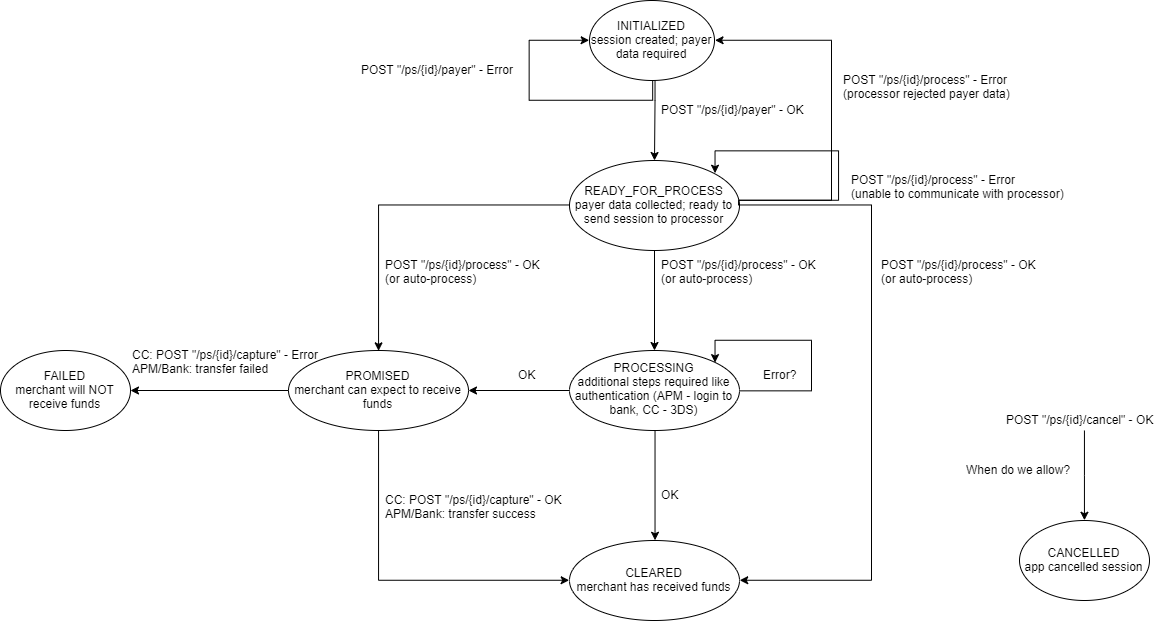
touchnetglobalpayments/broker-web-sdk keeps this draw.io diagram as docs/PaymentSession-StatusFlow.png. Above is the earlier version. Source tidied: cells renumbered, new cells last; positions are measured from the earlier drawing's top-left corner, leaving out a move shared by most shapes.
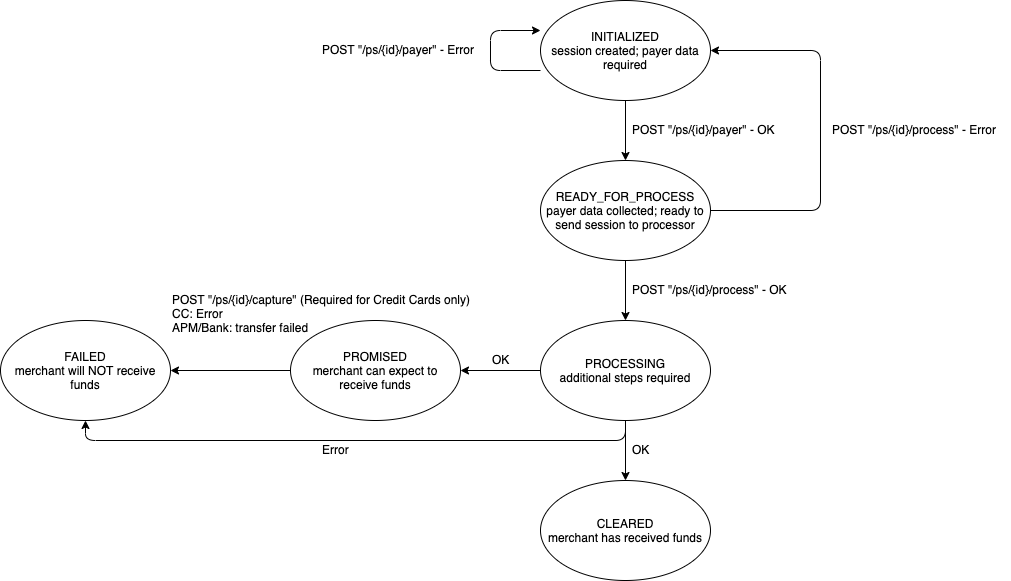
Above is the later version.

Commit message:
Regenerate payment session status flow from scratch for corrections

Diff of the diagram source:
```diff
@@ -2,149 +2,83 @@
   <root>
     <mxCell id="0" />
     <mxCell id="1" parent="0" />
-    <mxCell id="2" style="edgeStyle=orthogonalEdgeStyle;rounded=0;jettySize=auto;html=1;" parent="1" edge="1" source="4" target="9">
-      <mxGeometry relative="1" as="geometry">
-        <Array as="points">
-          <mxPoint x="654" y="100" />
-          <mxPoint x="654" y="100" />
-        </Array>
-      </mxGeometry>
+    <mxCell id="2" style="edgeStyle=orthogonalEdgeStyle;rounded=0;jettySize=auto;html=1;exitX=0.5;exitY=1;exitDx=0;exitDy=0;entryX=0.5;entryY=0;entryDx=0;entryDy=0;" parent="1" edge="1" source="4" target="9">
+      <mxGeometry relative="1" as="geometry" />
     </mxCell>
-    <mxCell id="3" style="edgeStyle=orthogonalEdgeStyle;rounded=0;orthogonalLoop=1;jettySize=auto;html=1;exitX=0.5;exitY=1;exitDx=0;exitDy=0;entryX=0;entryY=0.5;entryDx=0;entryDy=0;" parent="1" edge="1" source="4" target="4">
-      <mxGeometry relative="1" as="geometry">
-        <Array as="points">
-          <mxPoint x="652" y="100" />
-          <mxPoint x="529" y="100" />
-          <mxPoint x="529" y="40" />
-        </Array>
-      </mxGeometry>
-    </mxCell>
     <mxCell id="4" value="INITIALIZED&lt;br&gt;session created; payer data required" style="ellipse;whiteSpace=wrap;html=1;" parent="1" vertex="1">
-      <mxGeometry x="589" width="125" height="80" as="geometry" />
+      <mxGeometry x="520" y="-200" width="170" height="100" as="geometry" />
     </mxCell>
-    <mxCell id="5" style="edgeStyle=orthogonalEdgeStyle;rounded=0;jettySize=auto;html=1;" parent="1" edge="1" source="9" target="13">
-      <mxGeometry relative="1" as="geometry" />
-    </mxCell>
+    <mxCell id="37" style="edgeStyle=orthogonalEdgeStyle;rounded=0;jettySize=auto;html=1;exitX=0.5;exitY=1;exitDx=0;exitDy=0;entryX=0.5;entryY=0;entryDx=0;entryDy=0;" parent="1" edge="1" source="9" target="41">
+      <mxGeometry relative="1" as="geometry" />
+    </mxCell>
-    <mxCell id="6" style="edgeStyle=orthogonalEdgeStyle;rounded=0;jettySize=auto;html=1;exitX=1;exitY=0.5;exitDx=0;exitDy=0;entryX=1;entryY=0.5;entryDx=0;entryDy=0;" parent="1" edge="1" source="9" target="4">
+    <mxCell id="6" style="edgeStyle=orthogonalEdgeStyle;rounded=1;jettySize=auto;html=1;exitX=1;exitY=0.5;exitDx=0;exitDy=0;entryX=1;entryY=0.5;entryDx=0;entryDy=0;" parent="1" edge="1" source="9" target="4">
       <mxGeometry relative="1" as="geometry">
         <Array as="points">
-          <mxPoint x="738" y="200" />
-          <mxPoint x="831" y="200" />
-          <mxPoint x="831" y="40" />
+          <mxPoint x="800" y="10" />
+          <mxPoint x="800" y="-150" />
         </Array>
       </mxGeometry>
     </mxCell>
-    <mxCell id="7" style="edgeStyle=orthogonalEdgeStyle;rounded=0;jettySize=auto;html=1;exitX=0;exitY=0.5;exitDx=0;exitDy=0;entryX=0.5;entryY=0;entryDx=0;entryDy=0;" parent="1" edge="1" source="9" target="18">
-      <mxGeometry relative="1" as="geometry" />
-    </mxCell>
-    <mxCell id="8" style="edgeStyle=orthogonalEdgeStyle;rounded=0;jettySize=auto;html=1;entryX=1;entryY=0.5;entryDx=0;entryDy=0;" parent="1" edge="1" source="9" target="20">
-      <mxGeometry relative="1" as="geometry">
-        <Array as="points">
-          <mxPoint x="871" y="205" />
-          <mxPoint x="871" y="580" />
-        </Array>
-      </mxGeometry>
-    </mxCell>
     <mxCell id="9" value="READY_FOR_PROCESS&lt;br&gt;payer data collected; ready to send session to processor" style="ellipse;whiteSpace=wrap;html=1;" parent="1" vertex="1">
-      <mxGeometry x="569" y="160" width="170" height="90" as="geometry" />
+      <mxGeometry x="520" y="-40" width="170" height="100" as="geometry" />
     </mxCell>
-    <mxCell id="10" style="edgeStyle=orthogonalEdgeStyle;rounded=0;jettySize=auto;html=1;" parent="1" edge="1" source="13" target="18">
-      <mxGeometry relative="1" as="geometry" />
-    </mxCell>
-    <mxCell id="11" style="edgeStyle=orthogonalEdgeStyle;rounded=0;jettySize=auto;html=1;exitX=0.5;exitY=1;exitDx=0;exitDy=0;entryX=0.5;entryY=0;entryDx=0;entryDy=0;" parent="1" edge="1" source="13" target="20">
-      <mxGeometry relative="1" as="geometry" />
-    </mxCell>
-    <mxCell id="12" style="edgeStyle=orthogonalEdgeStyle;rounded=0;orthogonalLoop=1;jettySize=auto;html=1;entryX=1;entryY=0;entryDx=0;entryDy=0;exitX=1;exitY=0.5;exitDx=0;exitDy=0;" parent="1" edge="1" source="13" target="13">
-      <mxGeometry relative="1" as="geometry">
-        <Array as="points">
-          <mxPoint x="811" y="390" />
-          <mxPoint x="811" y="340" />
-          <mxPoint x="715" y="340" />
-        </Array>
-      </mxGeometry>
-    </mxCell>
-    <mxCell id="13" value="PROCESSING&lt;br&gt;additional steps required like authentication (APM - login to bank, CC - 3DS)" style="ellipse;whiteSpace=wrap;html=1;" parent="1" vertex="1">
-      <mxGeometry x="569" y="350" width="170" height="80" as="geometry" />
-    </mxCell>
-    <mxCell id="14" value="POST &quot;/ps/{id}/payer&quot; - OK" style="text;html=1;align=left;verticalAlign=top;spacingTop=-4;" parent="1" vertex="1">
-      <mxGeometry x="659" y="100" width="160" height="20" as="geometry" />
-    </mxCell>
-    <mxCell id="15" value="&lt;span style=&quot;font-family: &amp;#34;helvetica&amp;#34; , &amp;#34;arial&amp;#34; , sans-serif ; font-size: 0px&quot;&gt;%3CmxGraphModel%3E%3Croot%3E%3CmxCell%20id%3D%220%22%2F%3E%3CmxCell%20id%3D%221%22%20parent%3D%220%22%2F%3E%3CmxCell%20id%3D%222%22%20value%3D%22%26quot%3B%2Fprocess%26quot%3B%20called%22%20style%3D%22text%3Bhtml%3D1%3Bresizable%3D0%3Bpoints%3D%5B%5D%3Bautosize%3D1%3Balign%3Dleft%3BverticalAlign%3Dtop%3BspacingTop%3D-4%3B%22%20vertex%3D%221%22%20parent%3D%221%22%3E%3CmxGeometry%20x%3D%22145%22%20y%3D%22410%22%20width%3D%22100%22%20height%3D%2220%22%20as%3D%22geometry%22%2F%3E%3C%2FmxCell%3E%3C%2Froot%3E%3C%2FmxGraphModel%3E&lt;/span&gt;" style="text;html=1;align=left;verticalAlign=top;spacingTop=-4;" parent="1" vertex="1">
-      <mxGeometry x="659" y="260" width="20" height="20" as="geometry" />
-    </mxCell>
-    <mxCell id="16" style="edgeStyle=orthogonalEdgeStyle;rounded=0;jettySize=auto;html=1;entryX=0;entryY=0.5;entryDx=0;entryDy=0;exitX=0.5;exitY=1;exitDx=0;exitDy=0;" parent="1" edge="1" source="18" target="20">
-      <mxGeometry relative="1" as="geometry">
-        <Array as="points">
-          <mxPoint x="378" y="580" />
-        </Array>
-      </mxGeometry>
-    </mxCell>
+    <mxCell id="38" style="edgeStyle=orthogonalEdgeStyle;rounded=0;jettySize=auto;html=1;exitX=0;exitY=0.5;exitDx=0;exitDy=0;entryX=1;entryY=0.5;entryDx=0;entryDy=0;" parent="1" edge="1" source="41" target="18">
+      <mxGeometry relative="1" as="geometry" />
+    </mxCell>
+    <mxCell id="39" style="edgeStyle=orthogonalEdgeStyle;rounded=0;jettySize=auto;html=1;exitX=0.5;exitY=1;exitDx=0;exitDy=0;entryX=0.5;entryY=0;entryDx=0;entryDy=0;" parent="1" edge="1" source="41" target="20">
+      <mxGeometry relative="1" as="geometry" />
+    </mxCell>
+    <mxCell id="40" style="edgeStyle=orthogonalEdgeStyle;rounded=1;jettySize=auto;html=1;exitX=0.5;exitY=1;exitDx=0;exitDy=0;entryX=0.5;entryY=1;entryDx=0;entryDy=0;" parent="1" edge="1" source="41" target="19">
+      <mxGeometry relative="1" as="geometry" />
+    </mxCell>
+    <mxCell id="41" value="PROCESSING&lt;br&gt;additional steps required" style="ellipse;whiteSpace=wrap;html=1;" parent="1" vertex="1">
+      <mxGeometry x="520" y="120" width="170" height="100" as="geometry" />
+    </mxCell>
-    <mxCell id="17" style="edgeStyle=orthogonalEdgeStyle;rounded=0;jettySize=auto;html=1;" parent="1" edge="1" source="18" target="19">
+    <mxCell id="17" style="edgeStyle=orthogonalEdgeStyle;rounded=0;jettySize=auto;html=1;exitX=0;exitY=0.5;exitDx=0;exitDy=0;entryX=1;entryY=0.5;entryDx=0;entryDy=0;" parent="1" edge="1" source="18" target="19">
       <mxGeometry relative="1" as="geometry" />
     </mxCell>
     <mxCell id="18" value="PROMISED&lt;br&gt;merchant can expect to receive funds" style="ellipse;whiteSpace=wrap;html=1;" parent="1" vertex="1">
-      <mxGeometry x="288" y="350" width="180" height="80" as="geometry" />
+      <mxGeometry x="270" y="120" width="170" height="100" as="geometry" />
     </mxCell>
     <mxCell id="19" value="FAILED&lt;br&gt;merchant will NOT receive funds" style="ellipse;whiteSpace=wrap;html=1;" parent="1" vertex="1">
-      <mxGeometry y="350" width="130" height="80" as="geometry" />
+      <mxGeometry x="-20" y="120" width="170" height="100" as="geometry" />
     </mxCell>
     <mxCell id="20" value="CLEARED&lt;br&gt;merchant has received funds" style="ellipse;whiteSpace=wrap;html=1;" parent="1" vertex="1">
-      <mxGeometry x="569" y="540" width="170" height="80" as="geometry" />
+      <mxGeometry x="520" y="280" width="170" height="100" as="geometry" />
     </mxCell>
-    <mxCell id="21" value="POST &quot;/ps/{id}/process&quot; - OK&lt;br&gt;(or auto-process)" style="text;html=1;align=left;verticalAlign=top;spacingTop=-4;" parent="1" vertex="1">
-      <mxGeometry x="659" y="255" width="170" height="30" as="geometry" />
-    </mxCell>
-    <mxCell id="22" value="OK" style="text;html=1;align=left;verticalAlign=top;spacingTop=-4;" parent="1" vertex="1">
-      <mxGeometry x="516" y="365" width="30" height="20" as="geometry" />
-    </mxCell>
-    <mxCell id="23" value="OK" style="text;html=1;align=left;verticalAlign=top;spacingTop=-4;" parent="1" vertex="1">
-      <mxGeometry x="659" y="485" width="30" height="20" as="geometry" />
-    </mxCell>
-    <mxCell id="24" value="CC: POST &quot;/ps/{id}/capture&quot; - OK&lt;br&gt;APM/Bank: transfer success" style="text;html=1;align=left;verticalAlign=top;spacingTop=-4;" parent="1" vertex="1">
-      <mxGeometry x="383" y="490" width="190" height="30" as="geometry" />
-    </mxCell>
-    <mxCell id="25" value="CC: POST &quot;/ps/{id}/capture&quot; - Error&lt;br&gt;APM/Bank: transfer failed" style="text;html=1;align=left;verticalAlign=top;spacingTop=-4;" parent="1" vertex="1">
-      <mxGeometry x="130" y="345" width="200" height="30" as="geometry" />
-    </mxCell>
-    <mxCell id="26" value="POST &quot;/ps/{id}/process&quot; - Error&lt;br&gt;(processor rejected payer data)" style="text;html=1;align=left;verticalAlign=top;spacingTop=-4;" parent="1" vertex="1">
-      <mxGeometry x="841" y="70" width="180" height="30" as="geometry" />
-    </mxCell>
+    <mxCell id="42" value="OK" style="text;html=1;align=left;verticalAlign=top;spacingTop=-4;" parent="1" vertex="1">
+      <mxGeometry x="470" y="150" width="30" height="20" as="geometry" />
+    </mxCell>
+    <mxCell id="43" value="OK" style="text;html=1;align=left;verticalAlign=top;spacingTop=-4;" parent="1" vertex="1">
+      <mxGeometry x="610" y="240" width="30" height="20" as="geometry" />
+    </mxCell>
+    <mxCell id="14" value="POST &quot;/ps/{id}/payer&quot;&amp;nbsp;- OK" style="text;html=1;align=left;verticalAlign=top;spacingTop=-4;" parent="1" vertex="1">
+      <mxGeometry x="610" y="-80" width="160" height="20" as="geometry" />
+    </mxCell>
+    <mxCell id="44" value="POST &quot;/ps/{id}/process&quot; - OK" style="text;html=1;align=left;verticalAlign=top;spacingTop=-4;" parent="1" vertex="1">
+      <mxGeometry x="610" y="80" width="170" height="20" as="geometry" />
+    </mxCell>
+    <mxCell id="45" value="POST &quot;/ps/{id}/capture&quot; (Required for Credit Cards only)&lt;br&gt;CC: Error&lt;br&gt;APM/Bank: transfer failed" style="text;html=1;align=left;verticalAlign=top;spacingTop=-4;" parent="1" vertex="1">
+      <mxGeometry x="150" y="90" width="310" height="40" as="geometry" />
+    </mxCell>
-    <mxCell id="27" value="POST &quot;/ps/{id}/payer&quot; - Error" style="text;html=1;align=left;verticalAlign=top;spacingTop=-4;" parent="1" vertex="1">
-      <mxGeometry x="359" y="60" width="170" height="20" as="geometry" />
+    <mxCell id="27" value="POST &quot;/ps/{id}/payer&quot;&amp;nbsp;- Error" style="text;html=1;align=left;verticalAlign=top;spacingTop=-4;" parent="1" vertex="1">
+      <mxGeometry x="300" y="-160" width="170" height="20" as="geometry" />
     </mxCell>
-    <mxCell id="28" value="Error?" style="text;html=1;align=left;verticalAlign=top;spacingTop=-4;" parent="1" vertex="1">
-      <mxGeometry x="761" y="365" width="50" height="20" as="geometry" />
-    </mxCell>
-    <mxCell id="29" style="edgeStyle=orthogonalEdgeStyle;rounded=0;orthogonalLoop=1;jettySize=auto;html=1;exitX=1;exitY=0.5;exitDx=0;exitDy=0;entryX=1;entryY=0;entryDx=0;entryDy=0;" parent="1" edge="1" source="9" target="9">
-      <mxGeometry relative="1" as="geometry">
-        <Array as="points">
-          <mxPoint x="738" y="200" />
-          <mxPoint x="838" y="200" />
-          <mxPoint x="838" y="150" />
-          <mxPoint x="714" y="150" />
-        </Array>
-      </mxGeometry>
-    </mxCell>
-    <mxCell id="30" value="POST &quot;/ps/{id}/process&quot; - Error&lt;br&gt;(unable to communicate with processor)" style="text;html=1;align=left;verticalAlign=top;spacingTop=-4;" parent="1" vertex="1">
-      <mxGeometry x="849" y="170" width="230" height="30" as="geometry" />
-    </mxCell>
-    <mxCell id="31" value="CANCELLED&lt;br&gt;app cancelled session" style="ellipse;whiteSpace=wrap;html=1;" parent="1" vertex="1">
-      <mxGeometry x="1019" y="520" width="130" height="80" as="geometry" />
-    </mxCell>
-    <mxCell id="32" style="edgeStyle=orthogonalEdgeStyle;rounded=0;jettySize=auto;html=1;entryX=0.5;entryY=0;entryDx=0;entryDy=0;" parent="1" edge="1" source="33" target="31">
-      <mxGeometry relative="1" as="geometry" />
-    </mxCell>
-    <mxCell id="33" value="POST &quot;/ps/{id}/cancel&quot; - OK" style="text;html=1;points=[];align=left;verticalAlign=top;spacingTop=-4;" parent="1" vertex="1">
-      <mxGeometry x="1004" y="410" width="160" height="20" as="geometry" />
-    </mxCell>
-    <mxCell id="34" value="When do we allow?" style="text;html=1;align=left;verticalAlign=top;spacingTop=-4;" parent="1" vertex="1">
-      <mxGeometry x="964" y="460" width="120" height="20" as="geometry" />
-    </mxCell>
-    <mxCell id="35" value="POST &quot;/ps/{id}/process&quot; - OK&lt;br&gt;(or auto-process)" style="text;html=1;align=left;verticalAlign=top;spacingTop=-4;" parent="1" vertex="1">
-      <mxGeometry x="879" y="255" width="170" height="30" as="geometry" />
-    </mxCell>
-    <mxCell id="36" value="POST &quot;/ps/{id}/process&quot; - OK&lt;br&gt;(or auto-process)" style="text;html=1;align=left;verticalAlign=top;spacingTop=-4;" parent="1" vertex="1">
-      <mxGeometry x="383" y="255" width="170" height="30" as="geometry" />
-    </mxCell>
+    <mxCell id="46" style="endArrow=classic;html=1;rounded=1;" parent="1" edge="1">
+      <mxGeometry relative="1" as="geometry">
+        <mxPoint x="520" y="-130" as="sourcePoint" />
+        <mxPoint x="520" y="-170" as="targetPoint" />
+        <Array as="points">
+          <mxPoint x="470" y="-130" />
+          <mxPoint x="470" y="-170" />
+        </Array>
+      </mxGeometry>
+    </mxCell>
+    <mxCell id="47" value="Error" style="text;html=1;align=left;verticalAlign=top;spacingTop=-4;" parent="1" vertex="1">
+      <mxGeometry x="300" y="240" width="40" height="20" as="geometry" />
+    </mxCell>
+    <mxCell id="48" value="POST &quot;/ps/{id}/process&quot;&amp;nbsp;- Error" style="text;html=1;align=left;verticalAlign=top;spacingTop=-4;" parent="1" vertex="1">
+      <mxGeometry x="810" y="-80" width="180" height="20" as="geometry" />
+    </mxCell>
   </root>
 </mxGraphModel>
```
